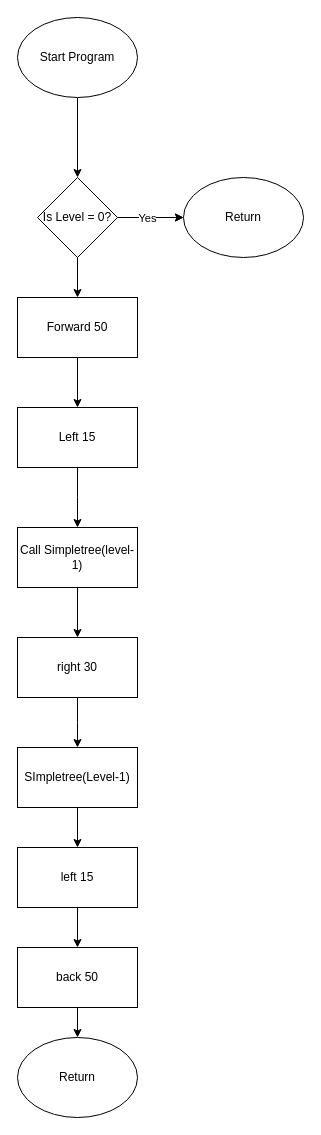
Tomato-Lord44/YR-8-CAT-INV1-ARJUN-THAPAR keeps this draw.io diagram as Maths Task 7 Flowchart Updated.drawio. Above is the earlier version. Source tidied: cells renumbered, new cells numbered last; positions are measured from the earlier drawing's top-left corner, leaving out a move shared by most shapes. Both pictures are drawn from the tidied source at 100%, with x=0, y=0 at pixel (17, 17).
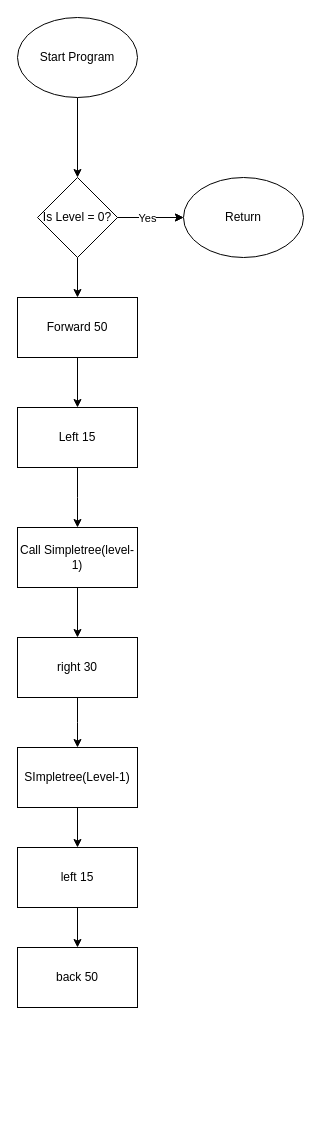
Above is the later version.

The change refers to these unchanged cells:
```xml
<mxCell id="23" value="back 50" style="rounded=0;whiteSpace=wrap;html=1;" parent="1" vertex="1">
  <mxGeometry y="930" width="120" height="60" as="geometry" />
</mxCell>
```

Change to the diagram source:
```diff
@@
-    <mxCell id="22" style="edgeStyle=orthogonalEdgeStyle;rounded=0;jettySize=auto;html=1;" parent="1" edge="1" source="23" target="24">
-      <mxGeometry relative="1" as="geometry" />
-    </mxCell>
@@
-    <mxCell id="24" value="Return" style="ellipse;whiteSpace=wrap;html=1;" parent="1" vertex="1">
-      <mxGeometry y="1020" width="120" height="80" as="geometry" />
-    </mxCell>
```
